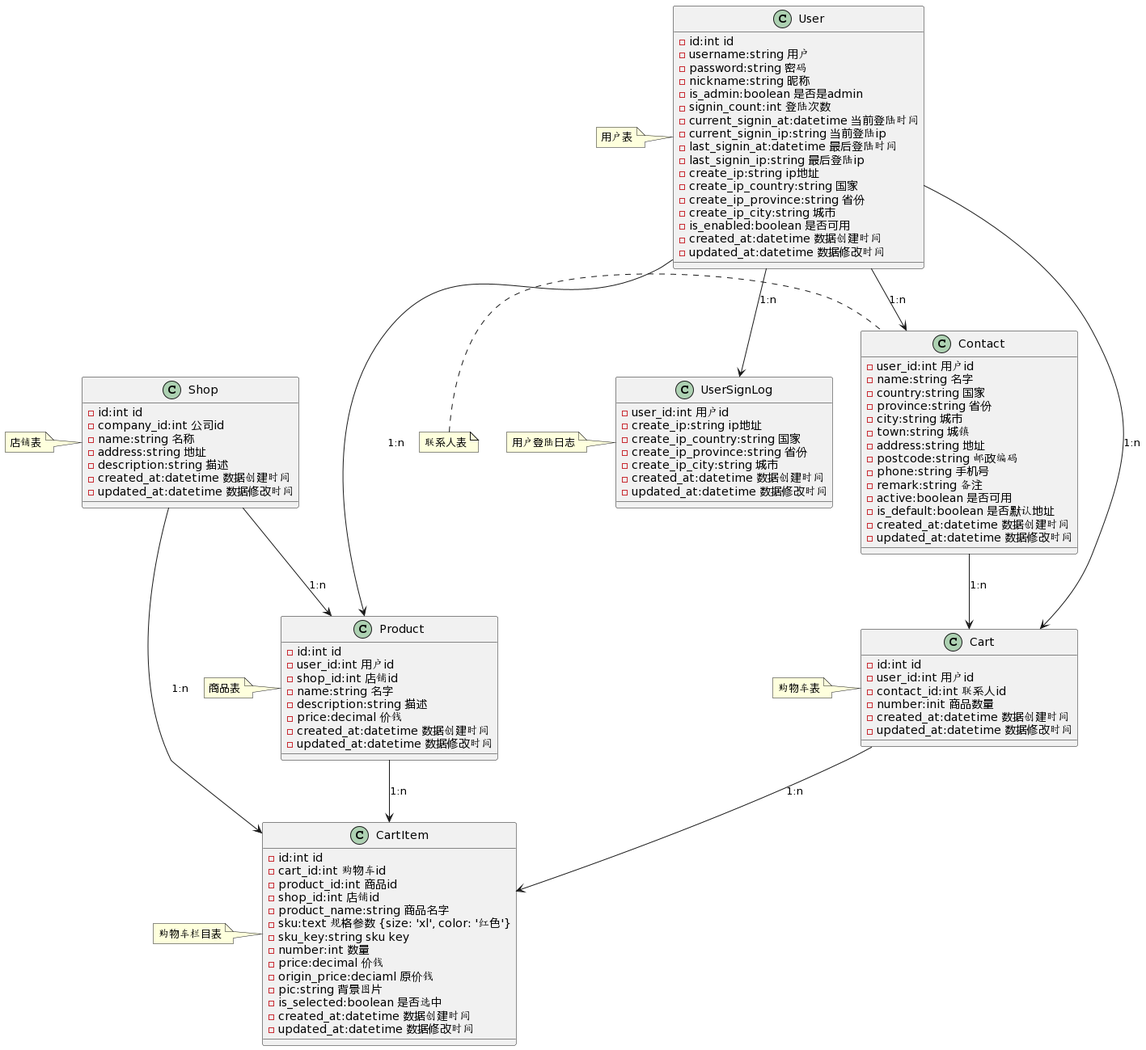
Above: cart.png in gith-u-b/backflow (PlantUML), before the change.
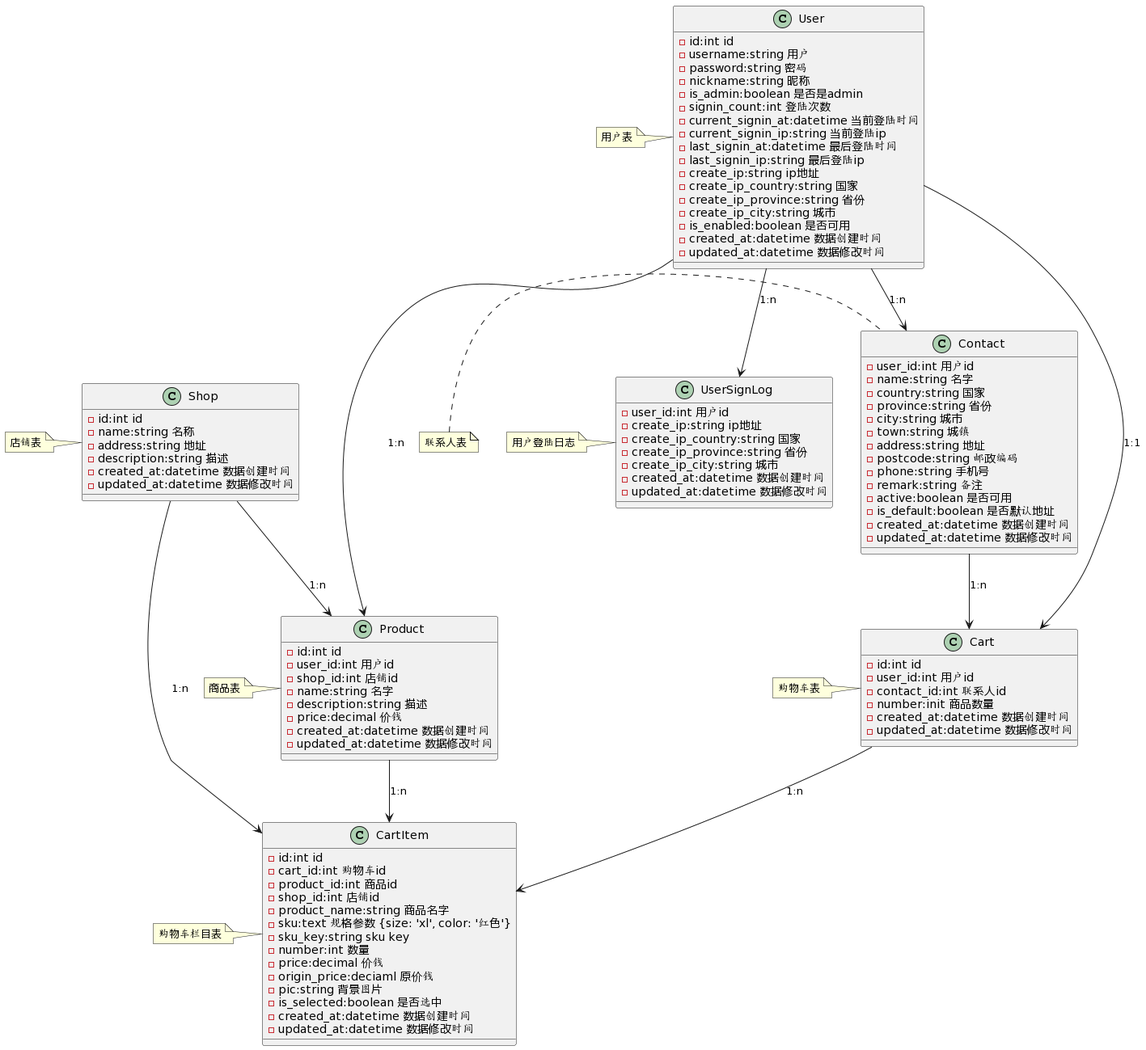
The same file after the commit.

The edit, as a diff of the source:
```diff
@@ -11,7 +11,7 @@
 Cart --> CartItem: 1:n
 Product --> CartItem: 1:n
 Shop --> CartItem: 1:n
-User --> Cart: 1:n
+User --> Cart: 1:1
 Contact --> Cart: 1:n
 
 class CartItem {
@@ -47,7 +47,6 @@
 
 class Shop {
   -id:int id
-  -company_id:int 公司id
   -name:string 名称
   -address:string 地址
   -description:string 描述
```
